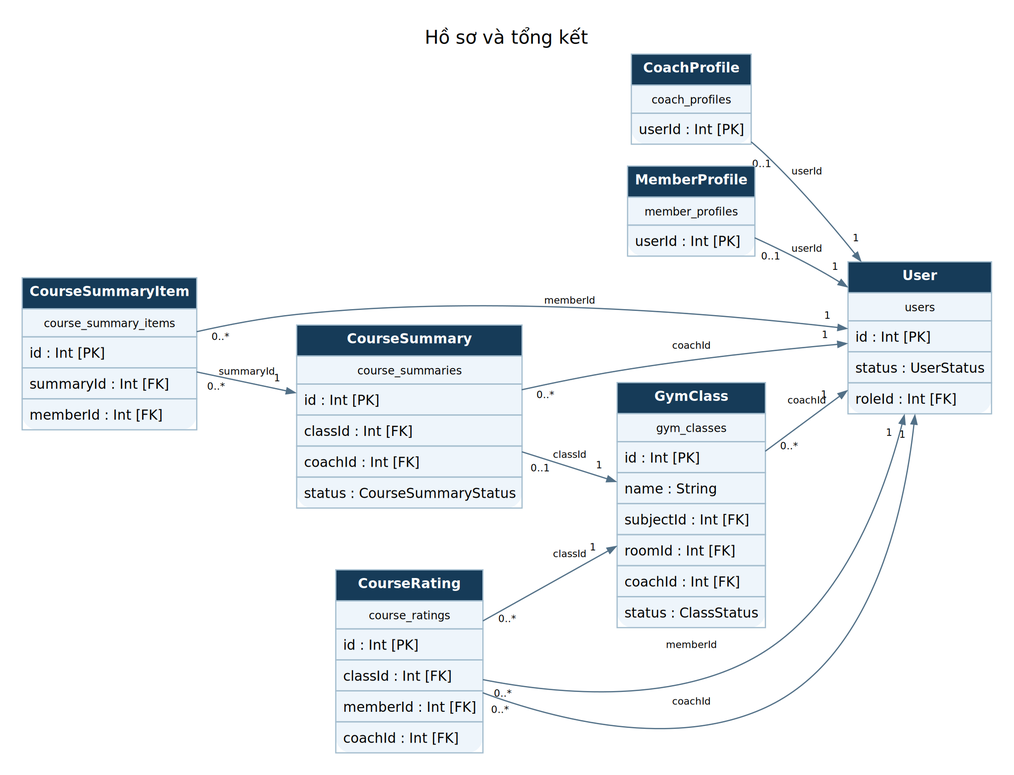
Earlier version of the Graphviz export outputs/bao-cao-cuoi-ky/so-do/erd-04-course.png (NhomHello/Sports-Center-Management-System). Its source is kept beside it as outputs/bao-cao-cuoi-ky/so-do/erd-04-course.dot.
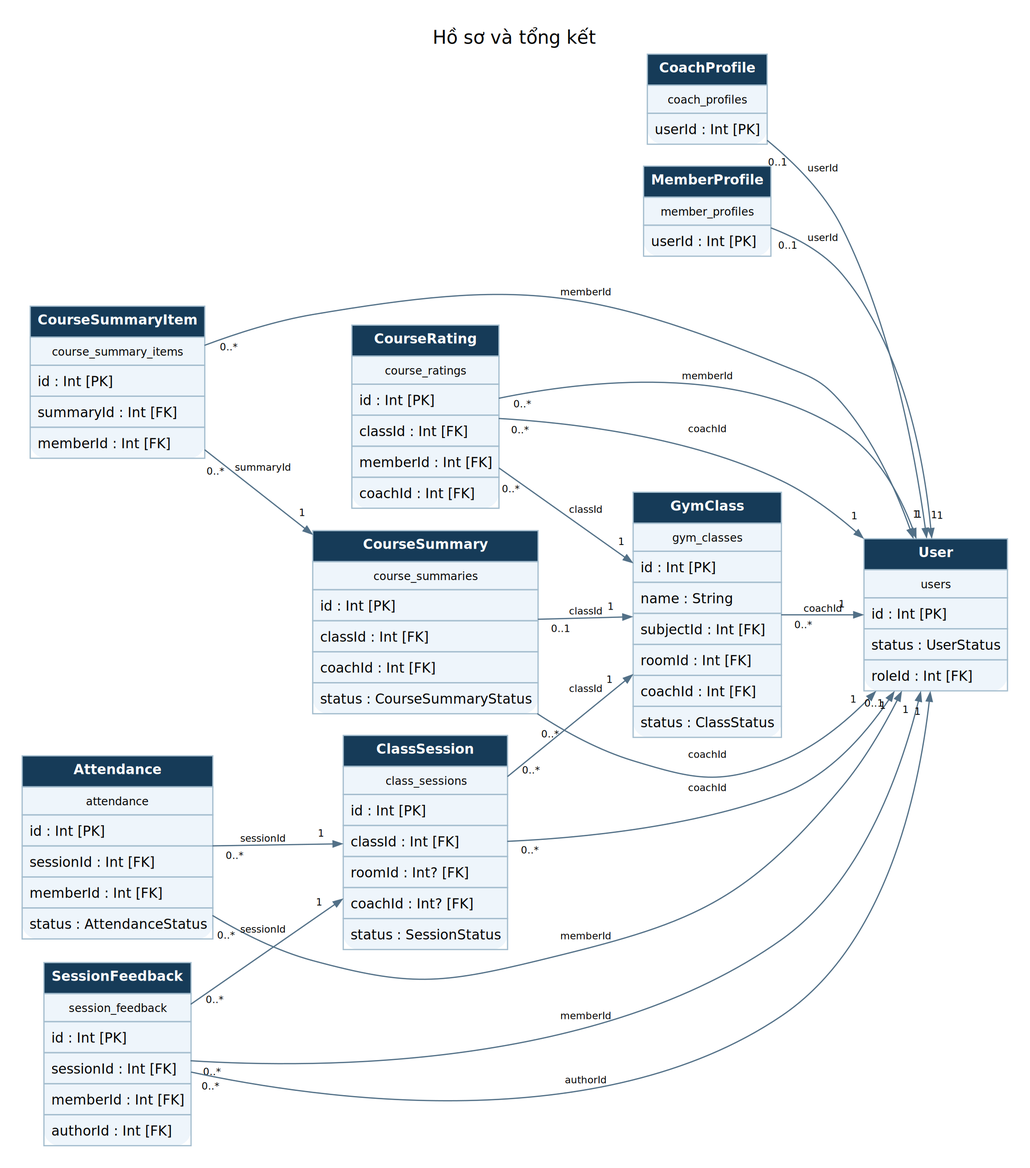
After the change.

Diff of the diagram source:
```diff
@@ -10,7 +10,14 @@
 CourseSummary [shape=plain, label=<<TABLE BORDER="0" CELLBORDER="1" CELLSPACING="0" CELLPADDING="5"><TR><TD BGCOLOR="#163b58"><FONT COLOR="white"><B>CourseSummary</B></FONT></TD></TR><TR><TD><FONT POINT-SIZE="9">course_summaries</FONT></TD></TR><TR><TD ALIGN="LEFT">id : Int [PK]</TD></TR><TR><TD ALIGN="LEFT">classId : Int [FK]</TD></TR><TR><TD ALIGN="LEFT">coachId : Int [FK]</TD></TR><TR><TD ALIGN="LEFT">status : CourseSummaryStatus</TD></TR></TABLE>>];
 CourseSummaryItem [shape=plain, label=<<TABLE BORDER="0" CELLBORDER="1" CELLSPACING="0" CELLPADDING="5"><TR><TD BGCOLOR="#163b58"><FONT COLOR="white"><B>CourseSummaryItem</B></FONT></TD></TR><TR><TD><FONT POINT-SIZE="9">course_summary_items</FONT></TD></TR><TR><TD ALIGN="LEFT">id : Int [PK]</TD></TR><TR><TD ALIGN="LEFT">summaryId : Int [FK]</TD></TR><TR><TD ALIGN="LEFT">memberId : Int [FK]</TD></TR></TABLE>>];
 CourseRating [shape=plain, label=<<TABLE BORDER="0" CELLBORDER="1" CELLSPACING="0" CELLPADDING="5"><TR><TD BGCOLOR="#163b58"><FONT COLOR="white"><B>CourseRating</B></FONT></TD></TR><TR><TD><FONT POINT-SIZE="9">course_ratings</FONT></TD></TR><TR><TD ALIGN="LEFT">id : Int [PK]</TD></TR><TR><TD ALIGN="LEFT">classId : Int [FK]</TD></TR><TR><TD ALIGN="LEFT">memberId : Int [FK]</TD></TR><TR><TD ALIGN="LEFT">coachId : Int [FK]</TD></TR></TABLE>>];
+ClassSession [shape=plain, label=<<TABLE BORDER="0" CELLBORDER="1" CELLSPACING="0" CELLPADDING="5"><TR><TD BGCOLOR="#163b58"><FONT COLOR="white"><B>ClassSession</B></FONT></TD></TR><TR><TD><FONT POINT-SIZE="9">class_sessions</FONT></TD></TR><TR><TD ALIGN="LEFT">id : Int [PK]</TD></TR><TR><TD ALIGN="LEFT">classId : Int [FK]</TD></TR><TR><TD ALIGN="LEFT">roomId : Int? [FK]</TD></TR><TR><TD ALIGN="LEFT">coachId : Int? [FK]</TD></TR><TR><TD ALIGN="LEFT">status : SessionStatus</TD></TR></TABLE>>];
+Attendance [shape=plain, label=<<TABLE BORDER="0" CELLBORDER="1" CELLSPACING="0" CELLPADDING="5"><TR><TD BGCOLOR="#163b58"><FONT COLOR="white"><B>Attendance</B></FONT></TD></TR><TR><TD><FONT POINT-SIZE="9">attendance</FONT></TD></TR><TR><TD ALIGN="LEFT">id : Int [PK]</TD></TR><TR><TD ALIGN="LEFT">sessionId : Int [FK]</TD></TR><TR><TD ALIGN="LEFT">memberId : Int [FK]</TD></TR><TR><TD ALIGN="LEFT">status : AttendanceStatus</TD></TR></TABLE>>];
+SessionFeedback [shape=plain, label=<<TABLE BORDER="0" CELLBORDER="1" CELLSPACING="0" CELLPADDING="5"><TR><TD BGCOLOR="#163b58"><FONT COLOR="white"><B>SessionFeedback</B></FONT></TD></TR><TR><TD><FONT POINT-SIZE="9">session_feedback</FONT></TD></TR><TR><TD ALIGN="LEFT">id : Int [PK]</TD></TR><TR><TD ALIGN="LEFT">sessionId : Int [FK]</TD></TR><TR><TD ALIGN="LEFT">memberId : Int [FK]</TD></TR><TR><TD ALIGN="LEFT">authorId : Int [FK]</TD></TR></TABLE>>];
 GymClass -> User [label="coachId", headlabel="1", taillabel="0..*", labeldistance=2, fontsize=8];
+ClassSession -> User [label="coachId", headlabel="0..1", taillabel="0..*", labeldistance=2, fontsize=8];
+ClassSession -> GymClass [label="classId", headlabel="1", taillabel="0..*", labeldistance=2, fontsize=8];
+Attendance -> ClassSession [label="sessionId", headlabel="1", taillabel="0..*", labeldistance=2, fontsize=8];
+Attendance -> User [label="memberId", headlabel="1", taillabel="0..*", labeldistance=2, fontsize=8];
 CoachProfile -> User [label="userId", headlabel="1", taillabel="0..1", labeldistance=2, fontsize=8];
 MemberProfile -> User [label="userId", headlabel="1", taillabel="0..1", labeldistance=2, fontsize=8];
 CourseSummary -> GymClass [label="classId", headlabel="1", taillabel="0..1", labeldistance=2, fontsize=8];
@@ -20,4 +27,7 @@
 CourseRating -> GymClass [label="classId", headlabel="1", taillabel="0..*", labeldistance=2, fontsize=8];
 CourseRating -> User [label="memberId", headlabel="1", taillabel="0..*", labeldistance=2, fontsize=8];
 CourseRating -> User [label="coachId", headlabel="1", taillabel="0..*", labeldistance=2, fontsize=8];
+SessionFeedback -> ClassSession [label="sessionId", headlabel="1", taillabel="0..*", labeldistance=2, fontsize=8];
+SessionFeedback -> User [label="memberId", headlabel="1", taillabel="0..*", labeldistance=2, fontsize=8];
+SessionFeedback -> User [label="authorId", headlabel="1", taillabel="0..*", labeldistance=2, fontsize=8];
 }
```
